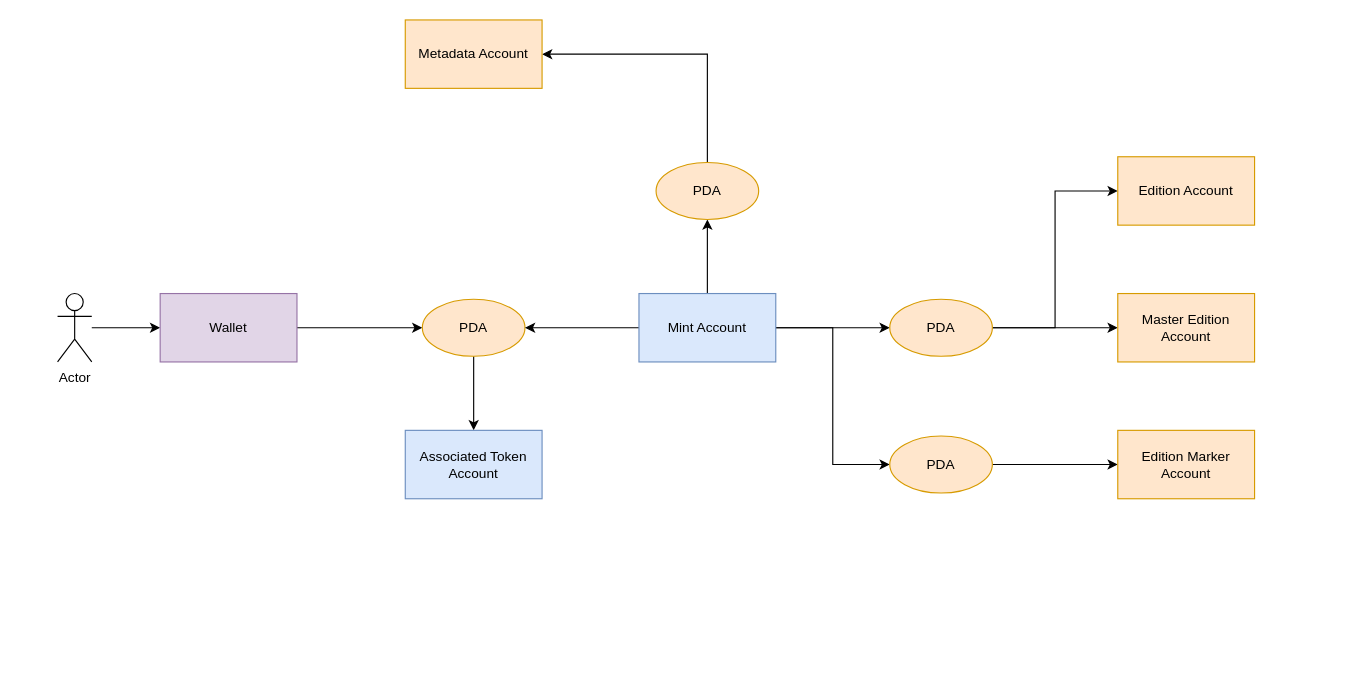
Earlier version of the draw.io diagram page "NFT representation in Solana" (11 of 11) of Masterarbeit.drawio (philman1/masterarbeit_philipp_roiner). Source tidied: cells renumbered, new cells numbered last; positions are measured from the earlier drawing's top-left corner, leaving out a move shared by most shapes. Both pictures are drawn from the tidied source at 114%, with x=0, y=0 at pixel (57, 19).
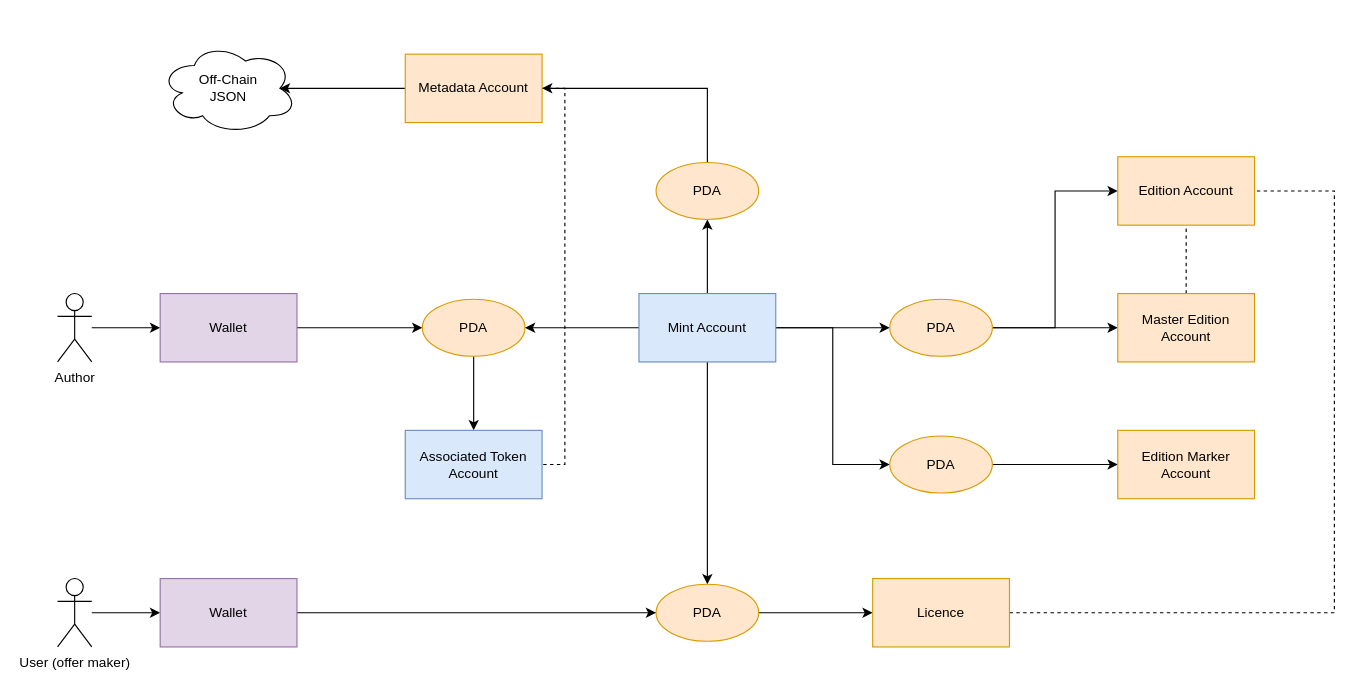
After the change.

Unchanged cells that the change refers to:
```xml
<mxCell id="8" value="Associated Token Account" style="rounded=0;whiteSpace=wrap;html=1;shadow=0;glass=0;labelBackgroundColor=none;sketch=0;fillStyle=auto;strokeColor=#6c8ebf;strokeWidth=1;fontSize=12;fillColor=#dae8fc;" parent="1" vertex="1">
  <mxGeometry x="305" y="360" width="120" height="60" as="geometry" />
</mxCell>
<mxCell id="13" value="Mint Account" style="rounded=0;whiteSpace=wrap;html=1;shadow=0;glass=0;labelBackgroundColor=none;sketch=0;fillStyle=auto;strokeColor=#6c8ebf;strokeWidth=1;fontSize=12;fillColor=#dae8fc;" parent="1" vertex="1">
  <mxGeometry x="510" y="240" width="120" height="60" as="geometry" />
</mxCell>
<mxCell id="17" value="Master Edition Account" style="rounded=0;whiteSpace=wrap;html=1;shadow=0;glass=0;labelBackgroundColor=none;sketch=0;fillStyle=auto;strokeColor=#d79b00;strokeWidth=1;fontSize=12;fillColor=#ffe6cc;" parent="1" vertex="1">
  <mxGeometry x="930" y="240" width="120" height="60" as="geometry" />
</mxCell>
<mxCell id="18" value="Edition Account" style="rounded=0;whiteSpace=wrap;html=1;shadow=0;glass=0;labelBackgroundColor=none;sketch=0;fillStyle=auto;strokeColor=#d79b00;strokeWidth=1;fontSize=12;fillColor=#ffe6cc;" parent="1" vertex="1">
  <mxGeometry x="930" y="120" width="120" height="60" as="geometry" />
</mxCell>
```

The edit, as a diff of the source:
```diff
@@
-    <mxCell id="3" value="Actor" style="shape=umlActor;verticalLabelPosition=bottom;verticalAlign=top;html=1;outlineConnect=0;rounded=0;shadow=0;glass=0;labelBackgroundColor=none;sketch=0;fillStyle=auto;strokeColor=#000000;strokeWidth=1;fontSize=12;fillColor=none;" parent="1" vertex="1">
+    <mxCell id="3" value="Author" style="shape=umlActor;verticalLabelPosition=bottom;verticalAlign=top;html=1;outlineConnect=0;rounded=0;shadow=0;glass=0;labelBackgroundColor=none;sketch=0;fillStyle=auto;strokeColor=#000000;strokeWidth=1;fontSize=12;fillColor=none;" parent="1" vertex="1">
       <mxGeometry y="240" width="30" height="60" as="geometry" />
     </mxCell>
@@
+    <mxCell id="25" style="edgeStyle=orthogonalEdgeStyle;rounded=0;jettySize=auto;html=1;entryX=0.5;entryY=0;entryDx=0;entryDy=0;" parent="1" edge="1" source="13" target="31">
+      <mxGeometry relative="1" as="geometry" />
+    </mxCell>
@@
+    <mxCell id="26" style="edgeStyle=orthogonalEdgeStyle;rounded=0;jettySize=auto;html=1;entryX=0.5;entryY=1;entryDx=0;entryDy=0;dashed=1;endArrow=none;endFill=0;" parent="1" edge="1" source="17" target="18">
+      <mxGeometry relative="1" as="geometry" />
+    </mxCell>
@@
+    <mxCell id="27" style="edgeStyle=orthogonalEdgeStyle;rounded=0;jettySize=auto;html=1;entryX=0.875;entryY=0.5;entryDx=0;entryDy=0;entryPerimeter=0;" parent="1" edge="1" source="24" target="29">
+      <mxGeometry relative="1" as="geometry" />
+    </mxCell>
+    <mxCell id="28" style="edgeStyle=orthogonalEdgeStyle;rounded=0;jettySize=auto;html=1;entryX=1;entryY=0.5;entryDx=0;entryDy=0;dashed=1;endArrow=none;endFill=0;exitX=1;exitY=0.5;exitDx=0;exitDy=0;" parent="1" edge="1" source="24" target="8">
+      <mxGeometry relative="1" as="geometry" />
+    </mxCell>
     <mxCell id="24" value="Metadata Account" style="rounded=0;whiteSpace=wrap;html=1;shadow=0;glass=0;labelBackgroundColor=none;sketch=0;fillStyle=auto;strokeColor=#d79b00;strokeWidth=1;fontSize=12;fillColor=#ffe6cc;" parent="1" vertex="1">
-      <mxGeometry x="305" width="120" height="60" as="geometry" />
+      <mxGeometry x="305" y="30" width="120" height="60" as="geometry" />
     </mxCell>
+    <mxCell id="29" value="Off-Chain&lt;br&gt;JSON" style="ellipse;shape=cloud;whiteSpace=wrap;html=1;" parent="1" vertex="1">
+      <mxGeometry x="90" y="20" width="120" height="80" as="geometry" />
+    </mxCell>
+    <mxCell id="30" style="edgeStyle=orthogonalEdgeStyle;rounded=0;jettySize=auto;html=1;entryX=0;entryY=0.5;entryDx=0;entryDy=0;" parent="1" edge="1" source="31" target="33">
+      <mxGeometry relative="1" as="geometry" />
+    </mxCell>
+    <mxCell id="31" value="PDA" style="ellipse;whiteSpace=wrap;html=1;rounded=0;shadow=0;glass=0;labelBackgroundColor=none;sketch=0;fillStyle=auto;strokeColor=#d79b00;strokeWidth=1;fontSize=12;fillColor=#ffe6cc;" parent="1" vertex="1">
+      <mxGeometry x="525" y="495" width="90" height="50" as="geometry" />
+    </mxCell>
+    <mxCell id="32" style="edgeStyle=orthogonalEdgeStyle;rounded=0;jettySize=auto;html=1;entryX=1;entryY=0.5;entryDx=0;entryDy=0;dashed=1;endArrow=none;endFill=0;" parent="1" edge="1" source="33" target="18">
+      <mxGeometry relative="1" as="geometry">
+        <Array as="points">
+          <mxPoint x="1120" y="520" />
+          <mxPoint x="1120" y="150" />
+        </Array>
+      </mxGeometry>
+    </mxCell>
+    <mxCell id="33" value="Licence" style="rounded=0;whiteSpace=wrap;html=1;shadow=0;glass=0;labelBackgroundColor=none;sketch=0;fillStyle=auto;strokeColor=#d79b00;strokeWidth=1;fontSize=12;fillColor=#ffe6cc;" parent="1" vertex="1">
+      <mxGeometry x="715" y="490" width="120" height="60" as="geometry" />
+    </mxCell>
+    <mxCell id="34" style="edgeStyle=orthogonalEdgeStyle;rounded=0;jettySize=auto;html=1;entryX=0;entryY=0.5;entryDx=0;entryDy=0;fontSize=12;startArrow=none;startFill=0;" parent="1" edge="1" source="35" target="37">
+      <mxGeometry relative="1" as="geometry" />
+    </mxCell>
+    <mxCell id="35" value="User (offer maker)" style="shape=umlActor;verticalLabelPosition=bottom;verticalAlign=top;html=1;outlineConnect=0;rounded=0;shadow=0;glass=0;labelBackgroundColor=none;sketch=0;fillStyle=auto;strokeColor=#000000;strokeWidth=1;fontSize=12;fillColor=none;" parent="1" vertex="1">
+      <mxGeometry y="490" width="30" height="60" as="geometry" />
+    </mxCell>
+    <mxCell id="36" style="edgeStyle=orthogonalEdgeStyle;rounded=0;jettySize=auto;html=1;entryX=0;entryY=0.5;entryDx=0;entryDy=0;" parent="1" edge="1" source="37" target="31">
+      <mxGeometry relative="1" as="geometry" />
+    </mxCell>
+    <mxCell id="37" value="Wallet" style="rounded=0;whiteSpace=wrap;html=1;shadow=0;glass=0;labelBackgroundColor=none;sketch=0;fillStyle=auto;strokeColor=#9673a6;strokeWidth=1;fontSize=12;fillColor=#e1d5e7;" parent="1" vertex="1">
+      <mxGeometry x="90" y="490" width="120" height="60" as="geometry" />
+    </mxCell>
```
